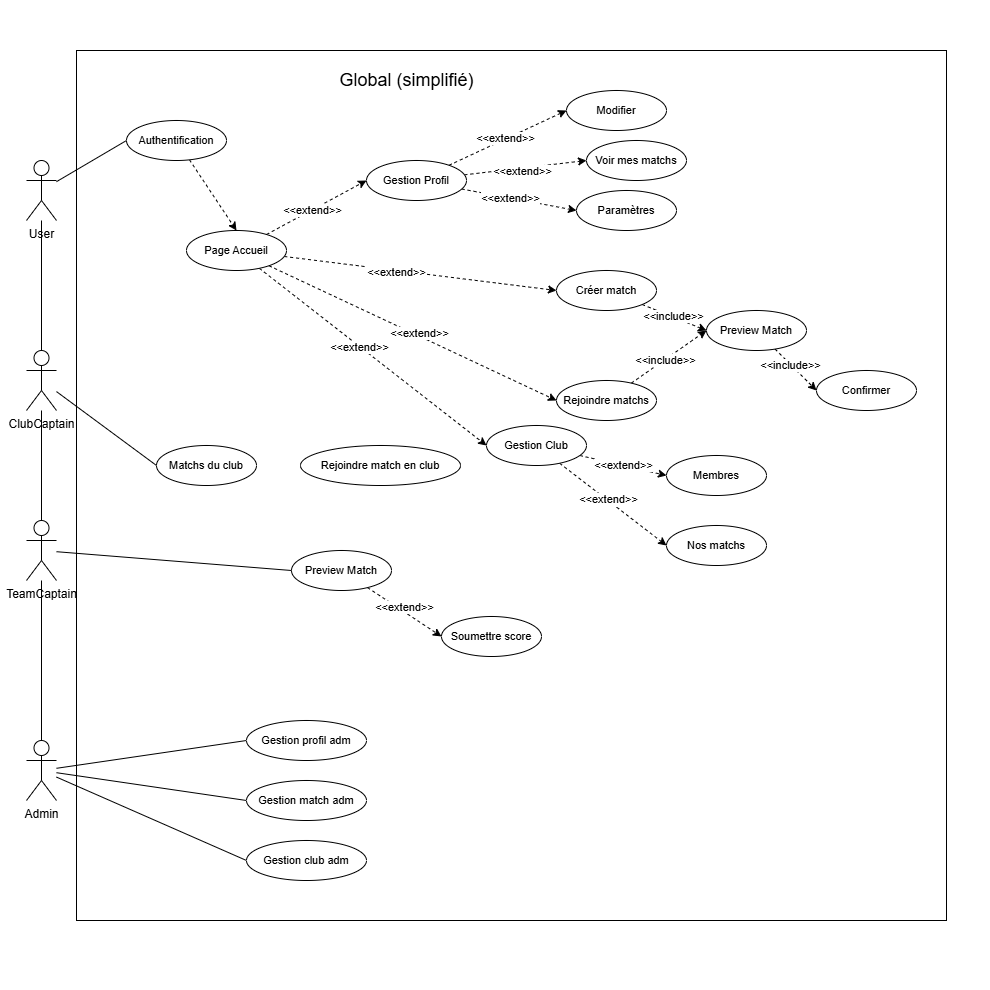
The draw.io diagram Diagram use case Global simplifié.drawio.png in Mathistrg/Styx, before a commit. Source tidied: cells renumbered, new cells last; positions are measured from the earlier drawing's top-left corner, leaving out a move shared by most shapes.
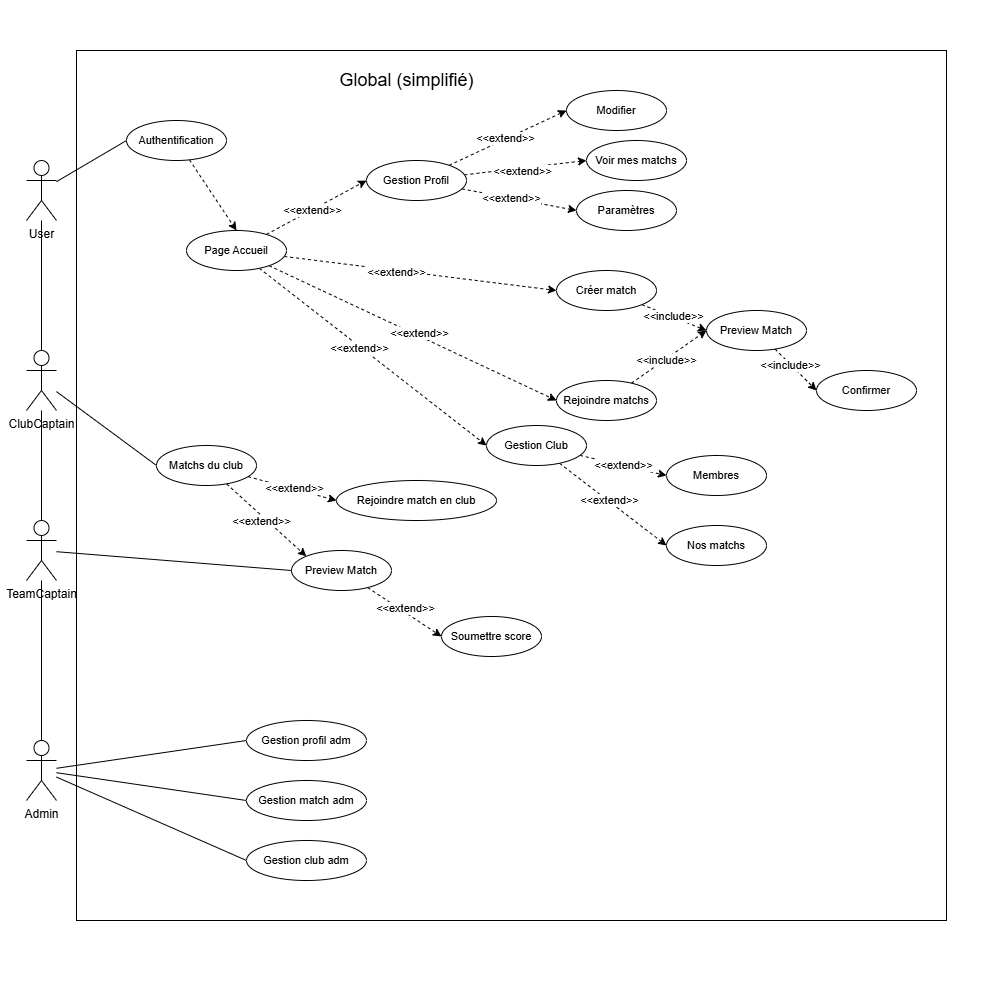
Above is the later version.

Commit message:
Mettre à jour Diagram use case Global simplifié.drawio.png

What changed in the source:
```diff
@@ -182,11 +182,23 @@
     <mxCell id="59" value="Soumettre score" style="ellipse;whiteSpace=wrap;html=1;fontFamily=Helvetica;fontSize=11;fontColor=default;labelBackgroundColor=default;" parent="1" vertex="1">
       <mxGeometry x="441" y="616" width="100" height="40" as="geometry" />
     </mxCell>
+    <mxCell id="65" style="edgeStyle=none;shape=connector;rounded=0;jettySize=auto;html=1;entryX=0;entryY=0.5;entryDx=0;entryDy=0;dashed=1;strokeColor=default;align=center;verticalAlign=middle;fontFamily=Helvetica;fontSize=11;fontColor=default;labelBackgroundColor=default;endArrow=classic;endFill=1;" parent="1" edge="1" source="60" target="61">
+      <mxGeometry relative="1" as="geometry" />
+    </mxCell>
+    <mxCell id="66" value="&amp;lt;&amp;lt;extend&amp;gt;&amp;gt;" style="edgeLabel;html=1;align=center;verticalAlign=middle;fontFamily=Helvetica;fontSize=11;fontColor=default;labelBackgroundColor=default;" parent="65" vertex="1">
+      <mxGeometry x="0.03" y="1" relative="1" as="geometry" />
+    </mxCell>
+    <mxCell id="67" style="edgeStyle=none;shape=connector;rounded=0;jettySize=auto;html=1;entryX=0;entryY=0;entryDx=0;entryDy=0;dashed=1;strokeColor=default;align=center;verticalAlign=middle;fontFamily=Helvetica;fontSize=11;fontColor=default;labelBackgroundColor=default;endArrow=classic;endFill=1;" parent="1" edge="1" source="60" target="58">
+      <mxGeometry relative="1" as="geometry" />
+    </mxCell>
+    <mxCell id="68" value="&amp;lt;&amp;lt;extend&amp;gt;&amp;gt;" style="edgeLabel;html=1;align=center;verticalAlign=middle;fontFamily=Helvetica;fontSize=11;fontColor=default;labelBackgroundColor=default;" parent="67" vertex="1">
+      <mxGeometry x="-0.06" y="-4" relative="1" as="geometry" />
+    </mxCell>
     <mxCell id="60" value="Matchs du club" style="ellipse;whiteSpace=wrap;html=1;fontFamily=Helvetica;fontSize=11;fontColor=default;labelBackgroundColor=default;" parent="1" vertex="1">
       <mxGeometry x="156" y="445" width="100" height="40" as="geometry" />
     </mxCell>
     <mxCell id="61" value="Rejoindre match en club" style="ellipse;whiteSpace=wrap;html=1;fontFamily=Helvetica;fontSize=11;fontColor=default;labelBackgroundColor=default;" parent="1" vertex="1">
-      <mxGeometry x="300" y="445" width="160" height="40" as="geometry" />
+      <mxGeometry x="336" y="480" width="160" height="40" as="geometry" />
     </mxCell>
     <mxCell id="62" style="edgeStyle=none;shape=connector;rounded=0;jettySize=auto;html=1;strokeColor=default;align=center;verticalAlign=middle;fontFamily=Helvetica;fontSize=11;fontColor=default;labelBackgroundColor=default;endArrow=none;endFill=0;" parent="1" edge="1" source="64" target="11">
       <mxGeometry relative="1" as="geometry" />
```
